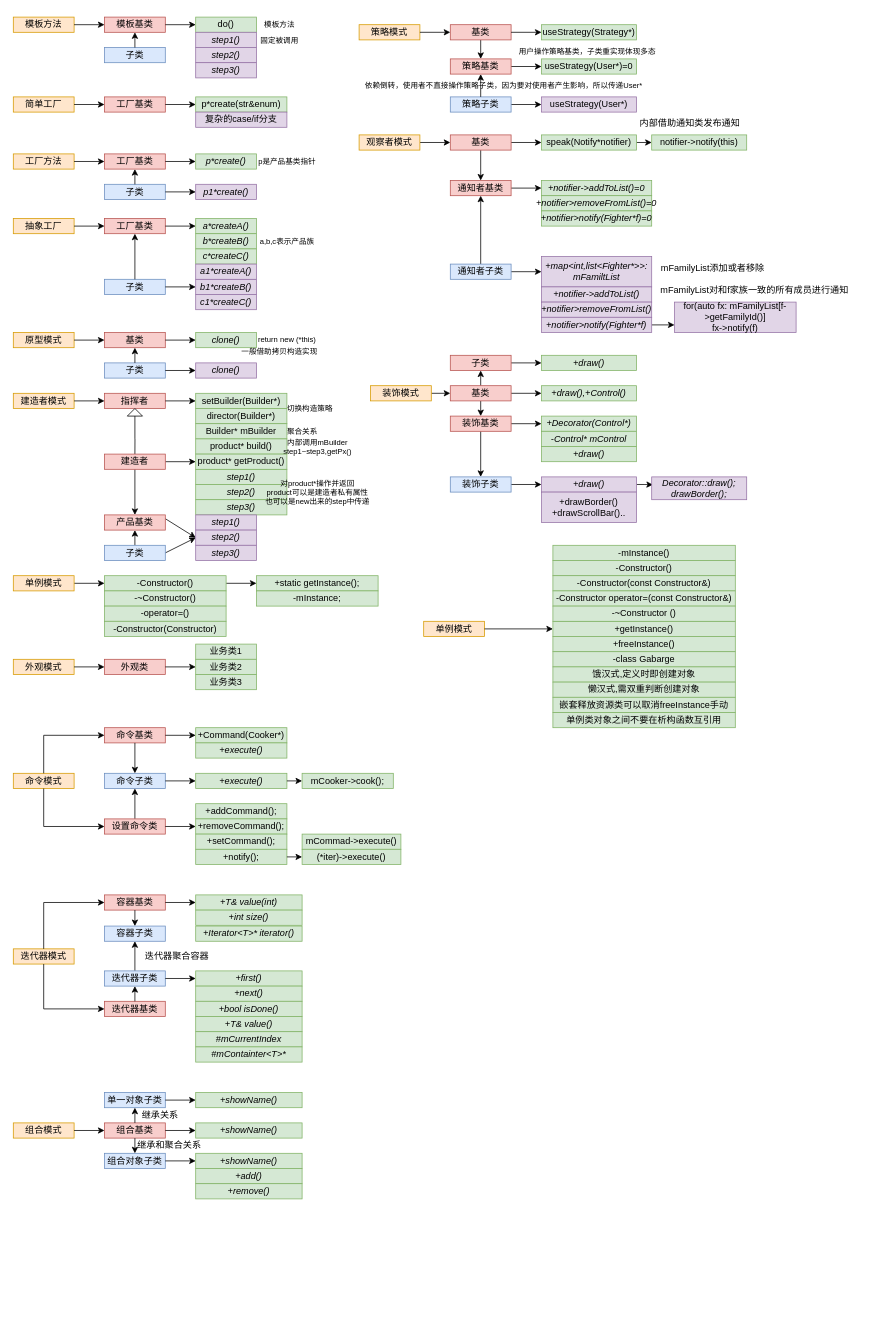
This is designMode.drawio from chenbei97/C--DesignMode, a draw.io file, before an edit. Source tidied: cells renumbered, new cells numbered last; positions are measured from the earlier drawing's top-left corner, leaving out a move shared by most shapes. Both pictures are drawn from the tidied source at 76%, with x=0, y=0 at pixel (13, 13).
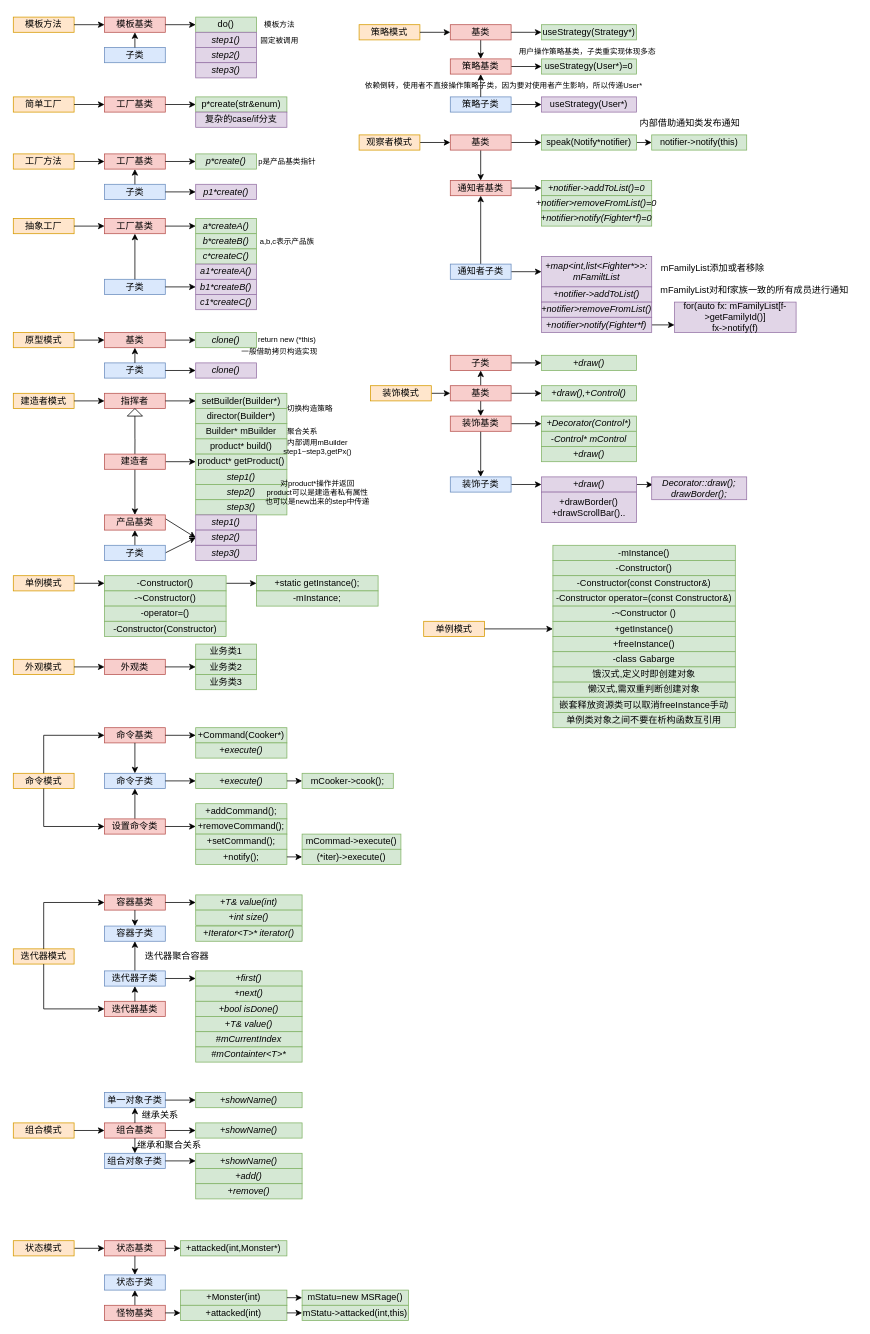
The same page after the edit.

Diff of the diagram source:
```diff
@@
+    <mxCell id="250" style="group;" parent="1" vertex="1">
+      <mxGeometry y="1615" width="520" height="105" as="geometry" />
+    </mxCell>
+    <mxCell id="251" style="edgeStyle=none;html=1;exitX=1;exitY=0.5;exitDx=0;exitDy=0;entryX=0;entryY=0.5;entryDx=0;entryDy=0;" parent="250" edge="1" target="252">
+      <mxGeometry relative="1" as="geometry">
+        <mxPoint x="80" y="10" as="sourcePoint" />
+      </mxGeometry>
+    </mxCell>
+    <mxCell id="252" value="状态基类" style="whiteSpace=wrap;html=1;fillColor=#f8cecc;strokeColor=#b85450;" parent="250" vertex="1">
+      <mxGeometry x="120" width="80" height="20" as="geometry" />
+    </mxCell>
+    <mxCell id="253" value="状态子类" style="whiteSpace=wrap;html=1;fillColor=#dae8fc;strokeColor=#6c8ebf;" parent="250" vertex="1">
+      <mxGeometry x="120" y="45" width="80" height="20" as="geometry" />
+    </mxCell>
+    <mxCell id="254" style="edgeStyle=none;html=1;exitX=0.5;exitY=1;exitDx=0;exitDy=0;entryX=0.5;entryY=0;entryDx=0;entryDy=0;" parent="250" edge="1" source="252" target="253">
+      <mxGeometry relative="1" as="geometry" />
+    </mxCell>
+    <mxCell id="255" style="edgeStyle=none;html=1;exitX=0.5;exitY=0;exitDx=0;exitDy=0;entryX=0.5;entryY=1;entryDx=0;entryDy=0;" parent="250" edge="1" source="256" target="253">
+      <mxGeometry relative="1" as="geometry" />
+    </mxCell>
+    <mxCell id="256" value="怪物基类" style="whiteSpace=wrap;html=1;fillColor=#f8cecc;strokeColor=#b85450;" parent="250" vertex="1">
+      <mxGeometry x="120" y="85" width="80" height="20" as="geometry" />
+    </mxCell>
+    <mxCell id="257" value="状态模式" style="whiteSpace=wrap;html=1;fillColor=#ffe6cc;strokeColor=#d79b00;" parent="250" vertex="1">
+      <mxGeometry width="80" height="20" as="geometry" />
+    </mxCell>
+    <mxCell id="258" value="+Monster(int)" style="whiteSpace=wrap;html=1;fillColor=#d5e8d4;strokeColor=#82b366;" parent="250" vertex="1">
+      <mxGeometry x="220" y="65" width="140" height="20" as="geometry" />
+    </mxCell>
+    <mxCell id="259" value="+attacked(int)" style="whiteSpace=wrap;html=1;fillColor=#d5e8d4;strokeColor=#82b366;" parent="250" vertex="1">
+      <mxGeometry x="220" y="85" width="140" height="20" as="geometry" />
+    </mxCell>
+    <mxCell id="260" style="edgeStyle=none;html=1;exitX=1;exitY=0.5;exitDx=0;exitDy=0;entryX=0;entryY=0.5;entryDx=0;entryDy=0;" parent="250" edge="1" source="256" target="259">
+      <mxGeometry relative="1" as="geometry" />
+    </mxCell>
+    <mxCell id="261" value="mStatu=new MSRage()" style="whiteSpace=wrap;html=1;fillColor=#d5e8d4;strokeColor=#82b366;" parent="250" vertex="1">
+      <mxGeometry x="380" y="65" width="140" height="20" as="geometry" />
+    </mxCell>
+    <mxCell id="262" style="edgeStyle=none;html=1;exitX=1;exitY=0.5;exitDx=0;exitDy=0;entryX=0;entryY=0.5;entryDx=0;entryDy=0;" parent="250" edge="1" source="258" target="261">
+      <mxGeometry relative="1" as="geometry" />
+    </mxCell>
+    <mxCell id="263" value="mStatu-&amp;gt;attacked(int,this)" style="whiteSpace=wrap;html=1;fillColor=#d5e8d4;strokeColor=#82b366;" parent="250" vertex="1">
+      <mxGeometry x="380" y="85" width="140" height="20" as="geometry" />
+    </mxCell>
+    <mxCell id="264" style="edgeStyle=none;html=1;exitX=1;exitY=0.5;exitDx=0;exitDy=0;entryX=0;entryY=0.5;entryDx=0;entryDy=0;" parent="250" edge="1" source="259" target="263">
+      <mxGeometry relative="1" as="geometry" />
+    </mxCell>
+    <mxCell id="265" value="+attacked(int,Monster*)" style="whiteSpace=wrap;html=1;fillColor=#d5e8d4;strokeColor=#82b366;" parent="250" vertex="1">
+      <mxGeometry x="220" width="140" height="20" as="geometry" />
+    </mxCell>
+    <mxCell id="266" style="edgeStyle=none;html=1;exitX=1;exitY=0.5;exitDx=0;exitDy=0;" parent="250" edge="1" source="252" target="265">
+      <mxGeometry relative="1" as="geometry" />
+    </mxCell>
```
